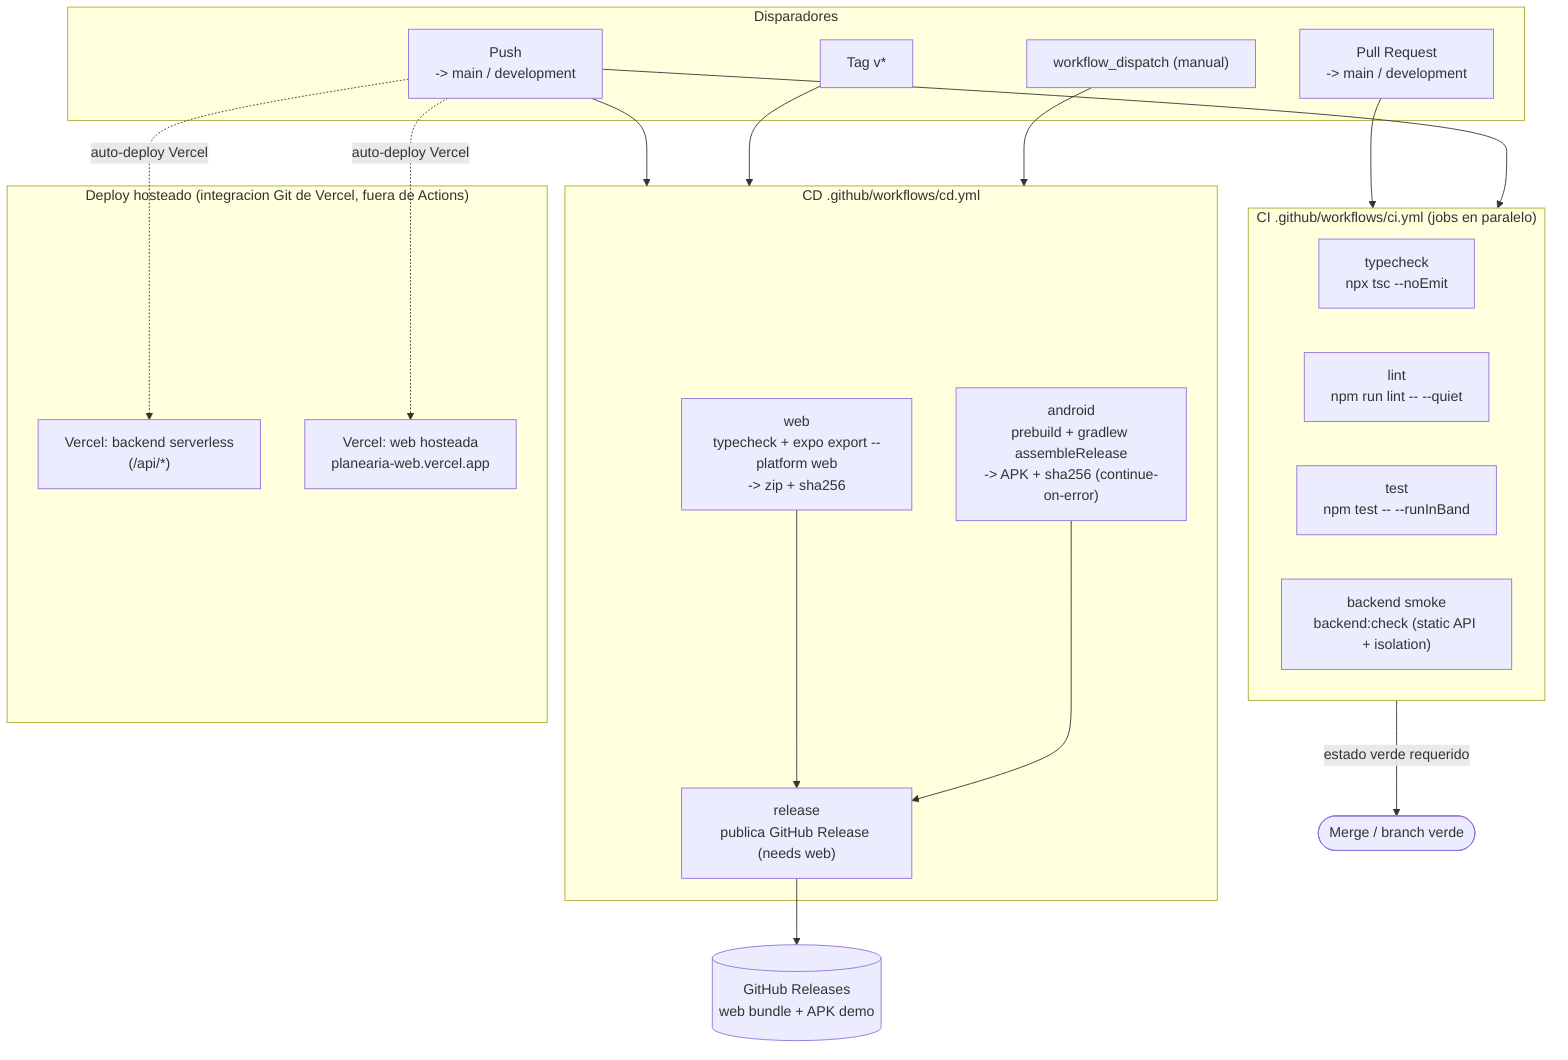
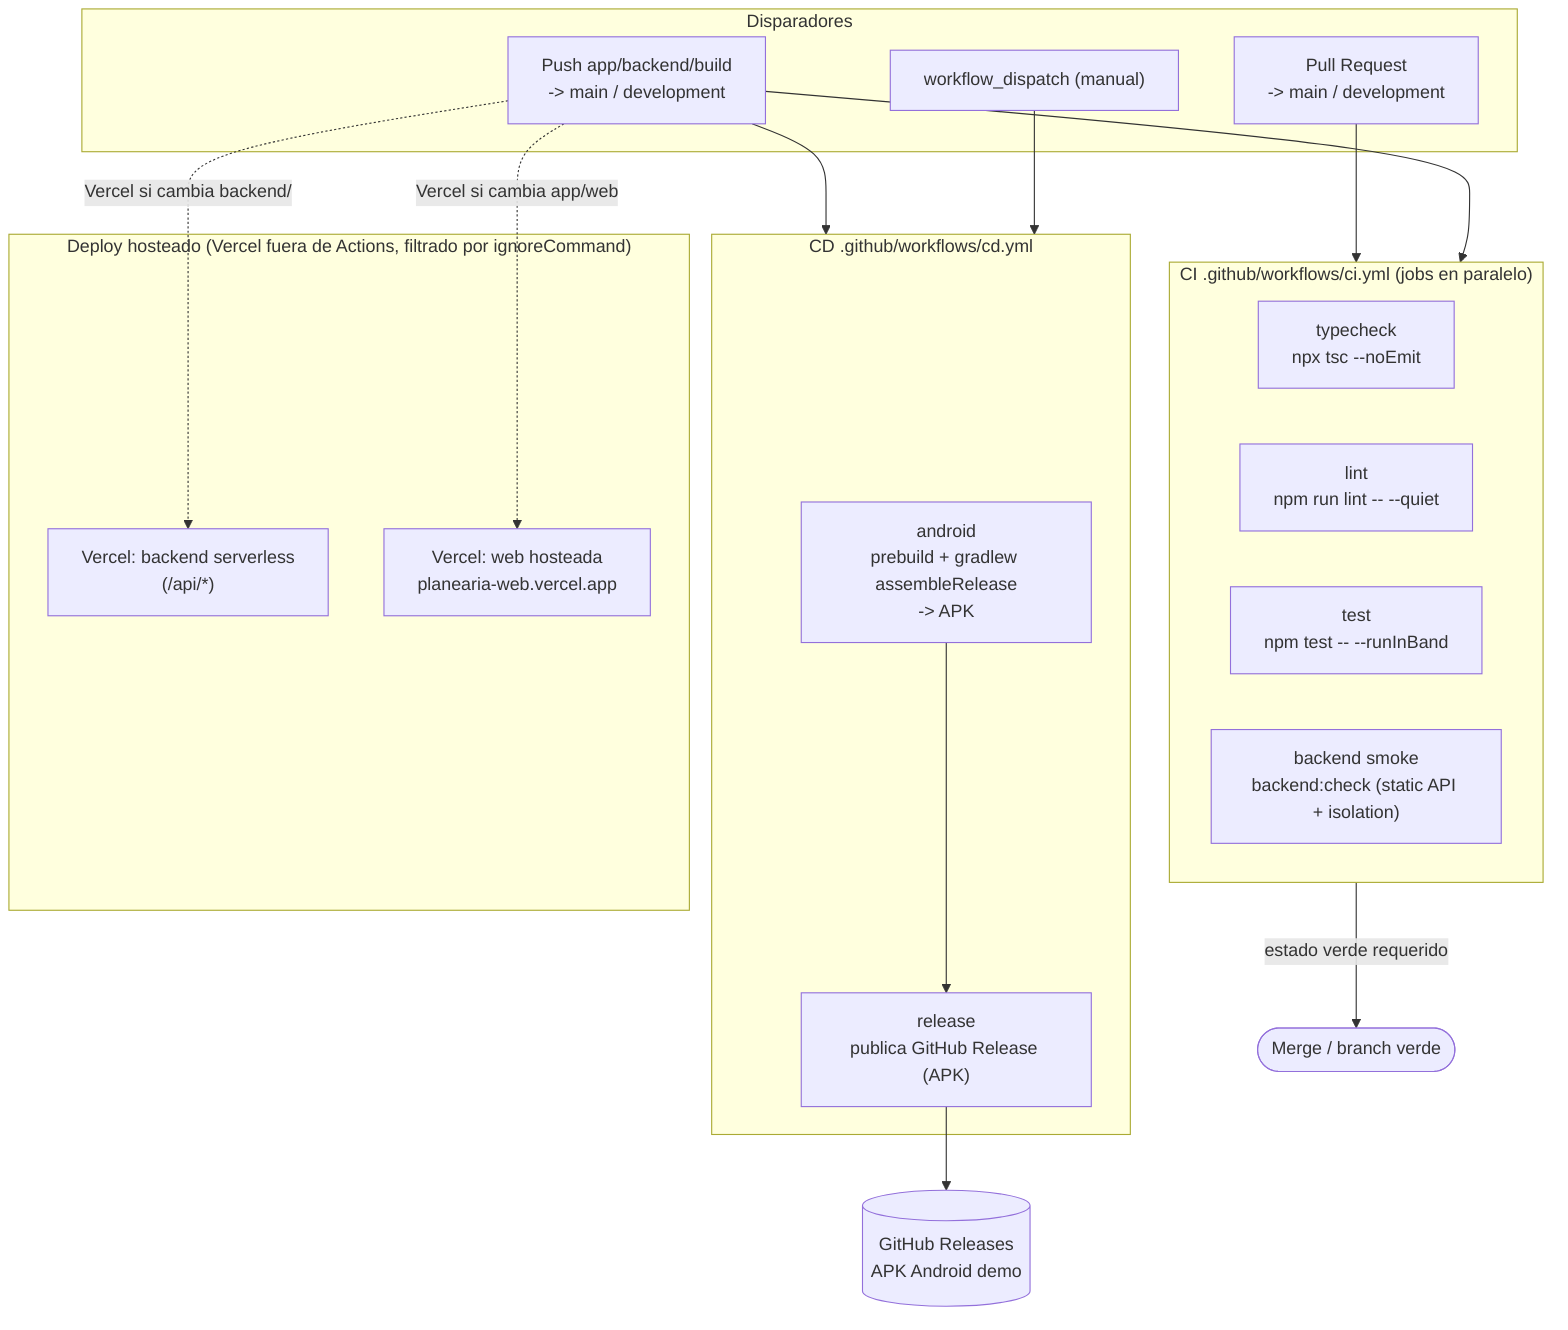
%% Flujo CI/CD - PlanearIA (GitHub Actions + Vercel)
flowchart TB
    subgraph triggers["Disparadores"]
        pr["Pull Request<br/>-> main / development"]
-         push["Push<br/>-> main / development"]
-         tag["Tag v*"]
+         push["Push app/backend/build<br/>-> main / development"]
        manual["workflow_dispatch (manual)"]
    end

    subgraph ci["CI .github/workflows/ci.yml (jobs en paralelo)"]
        tc["typecheck<br/>npx tsc --noEmit"]
        lint["lint<br/>npm run lint -- --quiet"]
        test["test<br/>npm test -- --runInBand"]
        smoke["backend smoke<br/>backend:check (static API + isolation)"]
    end

    subgraph cd["CD .github/workflows/cd.yml"]
-         webjob["web<br/>typecheck + expo export --platform web<br/>-> zip + sha256"]
-         androidjob["android<br/>prebuild + gradlew assembleRelease<br/>-> APK + sha256 (continue-on-error)"]
-         release["release<br/>publica GitHub Release (needs web)"]
-         webjob --> release
+         androidjob["android<br/>prebuild + gradlew assembleRelease<br/>-> APK"]
+         release["release<br/>publica GitHub Release (APK)"]
        androidjob --> release
    end

    pr --> ci
    push --> ci
    push --> cd
-     tag --> cd
    manual --> cd

    ci -->|"estado verde requerido"| mergeok(["Merge / branch verde"])
-     release --> ghrel[("GitHub Releases<br/>web bundle + APK demo")]
+     release --> ghrel[("GitHub Releases<br/>APK Android demo")]

-     subgraph deploy["Deploy hosteado (integracion Git de Vercel, fuera de Actions)"]
+     subgraph deploy["Deploy hosteado (Vercel fuera de Actions, filtrado por ignoreCommand)"]
        vercelbe["Vercel: backend serverless<br/>(/api/*)"]
        vercelweb["Vercel: web hosteada<br/>planearia-web.vercel.app"]
    end

-     push -.->|"auto-deploy Vercel"| vercelbe
-     push -.->|"auto-deploy Vercel"| vercelweb
+     push -.->|"Vercel si cambia backend/"| vercelbe
+     push -.->|"Vercel si cambia app/web"| vercelweb
